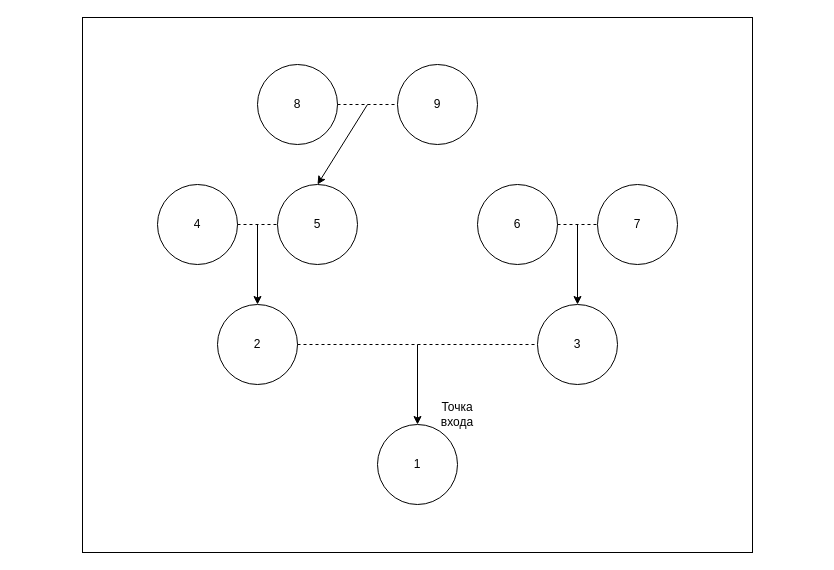
Before: page "Page-3" (3 of 4) of posts/post-84/images/incest.drawio in urpylka/notes, a draw.io diagram. Source tidied: cells renumbered, new cells numbered last; positions are measured from the earlier drawing's top-left corner, leaving out a move shared by most shapes. Both pictures are drawn from the tidied source at 100%, with x=0, y=0 at pixel (82, 17).
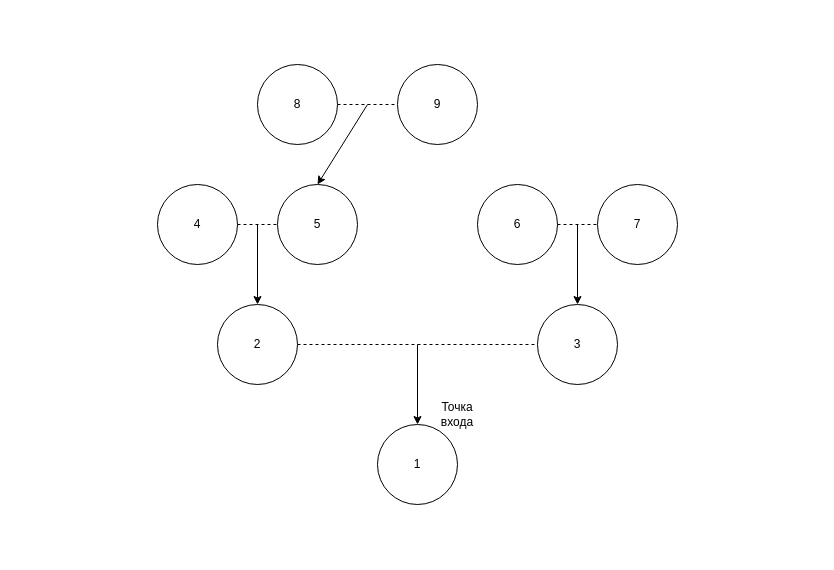
Above is the later version.

Change to the diagram source:
```diff
@@
-    <mxCell id="2" style="rounded=0;whiteSpace=wrap;html=1;" parent="1" vertex="1">
-      <mxGeometry width="670" height="535" as="geometry" />
+    <mxCell id="2" style="rounded=0;whiteSpace=wrap;html=1;strokeColor=none;" parent="1" vertex="1">
+      <mxGeometry x="-65" width="800" height="535" as="geometry" />
     </mxCell>
```
